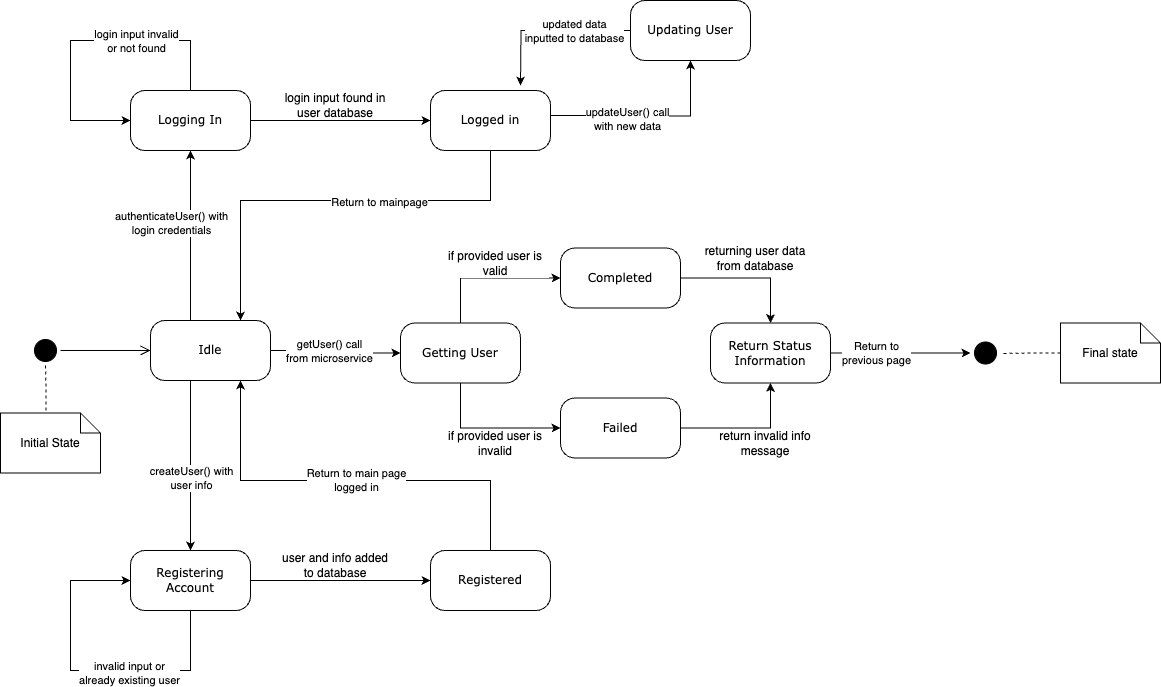
uvic-teach/project-m1-team6 keeps this draw.io diagram as diagrams/User_Managment_SD.drawio.png. Above is the earlier version. Source tidied: cells renumbered, new cells last; positions are measured from the earlier drawing's top-left corner, leaving out a move shared by most shapes.
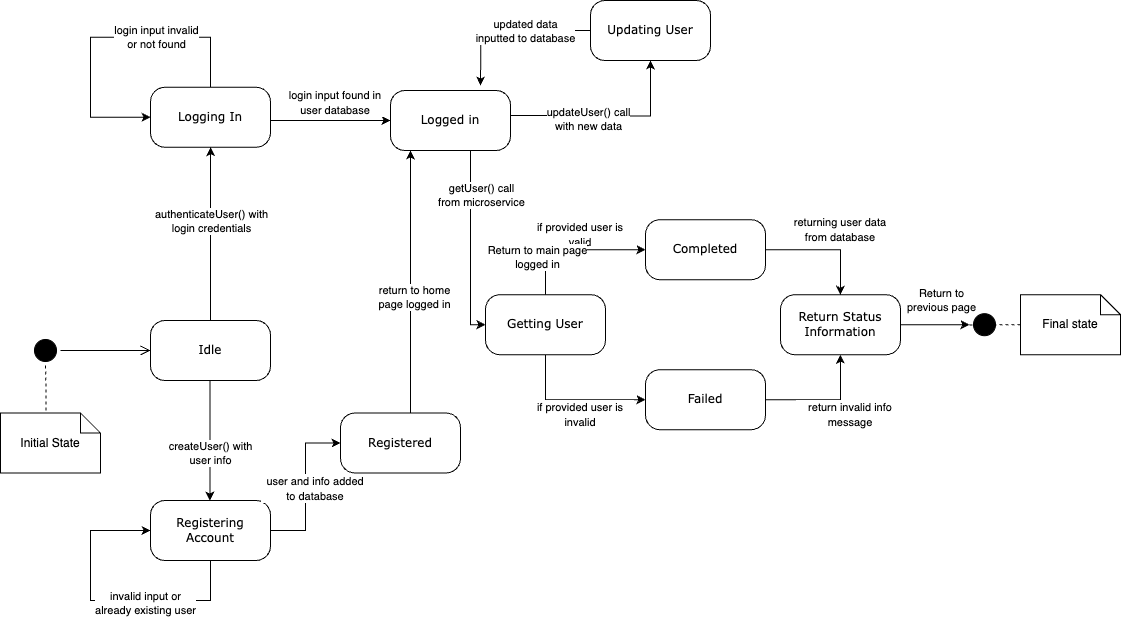
The same diagram one commit later.

What changed in the source:
```diff
@@ -8,21 +8,23 @@
     <mxCell id="3" style="edgeStyle=orthogonalEdgeStyle;rounded=0;jettySize=auto;html=1;entryX=0.5;entryY=1;entryDx=0;entryDy=0;labelBackgroundColor=default;" parent="1" edge="1" source="9" target="15">
       <mxGeometry relative="1" as="geometry">
         <Array as="points">
-          <mxPoint x="190" y="270" />
-          <mxPoint x="190" y="270" />
+          <mxPoint x="210" y="210" />
+          <mxPoint x="210" y="210" />
         </Array>
       </mxGeometry>
     </mxCell>
     <mxCell id="4" value="authenticateUser() with&lt;br style=&quot;border-color: var(--border-color);&quot;&gt;&lt;span style=&quot;border-color: var(--border-color);&quot;&gt;login credentials&lt;/span&gt;" style="edgeLabel;html=1;align=center;verticalAlign=middle;labelBackgroundColor=default;" parent="3" vertex="1">
       <mxGeometry x="0.23" y="1" relative="1" as="geometry">
-        <mxPoint x="-19" y="7" as="offset" />
+        <mxPoint x="1" y="6" as="offset" />
       </mxGeometry>
     </mxCell>
-    <mxCell id="5" style="edgeStyle=orthogonalEdgeStyle;rounded=0;jettySize=auto;html=1;entryX=0.5;entryY=0;entryDx=0;entryDy=0;labelBackgroundColor=default;" parent="1" edge="1" source="9" target="16">
+    <mxCell id="5" style="edgeStyle=orthogonalEdgeStyle;rounded=0;orthogonalLoop=1;jettySize=auto;html=1;entryX=0.5;entryY=0;entryDx=0;entryDy=0;labelBackgroundColor=default;" parent="1" edge="1">
       <mxGeometry relative="1" as="geometry">
+        <mxPoint x="209.4" y="380" as="sourcePoint" />
+        <mxPoint x="209.4" y="500" as="targetPoint" />
         <Array as="points">
-          <mxPoint x="190" y="420" />
-          <mxPoint x="190" y="420" />
+          <mxPoint x="209.4" y="440" />
+          <mxPoint x="209.4" y="440" />
         </Array>
       </mxGeometry>
     </mxCell>
@@ -31,12 +33,17 @@
         <mxPoint x="-1" y="15" as="offset" />
       </mxGeometry>
     </mxCell>
-    <mxCell id="7" style="edgeStyle=orthogonalEdgeStyle;rounded=0;jettySize=auto;html=1;entryX=0;entryY=0.5;entryDx=0;entryDy=0;labelBackgroundColor=default;" parent="1" edge="1" source="9" target="13">
-      <mxGeometry relative="1" as="geometry" />
+    <mxCell id="7" style="edgeStyle=orthogonalEdgeStyle;rounded=0;jettySize=auto;html=1;entryX=0;entryY=0.5;entryDx=0;entryDy=0;labelBackgroundColor=default;exitX=0.25;exitY=1;exitDx=0;exitDy=0;" parent="1" edge="1" source="31" target="13">
+      <mxGeometry relative="1" as="geometry">
+        <Array as="points">
+          <mxPoint x="470" y="150" />
+          <mxPoint x="470" y="324" />
+        </Array>
+      </mxGeometry>
     </mxCell>
     <mxCell id="8" value="getUser() call &lt;br&gt;from microservice" style="edgeLabel;html=1;align=center;verticalAlign=middle;labelBackgroundColor=default;" parent="7" vertex="1">
       <mxGeometry x="-0.11" y="1" relative="1" as="geometry">
-        <mxPoint y="1" as="offset" />
+        <mxPoint x="9" y="-12" as="offset" />
       </mxGeometry>
     </mxCell>
     <mxCell id="9" value="Idle" style="rounded=1;whiteSpace=wrap;html=1;arcSize=24;shadow=0;comic=0;labelBackgroundColor=default;fontFamily=Verdana;fontSize=12;align=center;" parent="1" vertex="1">
@@ -48,19 +55,19 @@
     <mxCell id="11" style="edgeStyle=orthogonalEdgeStyle;rounded=0;jettySize=auto;html=1;entryX=0;entryY=0.5;entryDx=0;entryDy=0;labelBackgroundColor=default;" parent="1" edge="1" source="13" target="20">
       <mxGeometry relative="1" as="geometry">
         <Array as="points">
-          <mxPoint x="460" y="427.5" />
+          <mxPoint x="545" y="399.2" />
         </Array>
       </mxGeometry>
     </mxCell>
     <mxCell id="12" style="edgeStyle=orthogonalEdgeStyle;rounded=0;jettySize=auto;html=1;entryX=0;entryY=0.5;entryDx=0;entryDy=0;labelBackgroundColor=default;" parent="1" edge="1" source="13" target="22">
       <mxGeometry relative="1" as="geometry">
         <Array as="points">
-          <mxPoint x="460" y="277.5" />
+          <mxPoint x="545" y="249.2" />
         </Array>
       </mxGeometry>
     </mxCell>
     <mxCell id="13" value="Getting User" style="rounded=1;whiteSpace=wrap;html=1;arcSize=24;shadow=0;comic=0;labelBackgroundColor=default;fontFamily=Verdana;fontSize=12;align=center;" parent="1" vertex="1">
-      <mxGeometry x="400" y="322.5" width="120" height="60" as="geometry" />
+      <mxGeometry x="485" y="294.2" width="120" height="60" as="geometry" />
     </mxCell>
     <mxCell id="14" style="edgeStyle=orthogonalEdgeStyle;rounded=0;jettySize=auto;html=1;entryX=0;entryY=0.5;entryDx=0;entryDy=0;labelBackgroundColor=default;" parent="1" edge="1" source="15" target="31">
       <mxGeometry relative="1" as="geometry">
@@ -71,74 +78,61 @@
       </mxGeometry>
     </mxCell>
     <mxCell id="15" value="Logging In" style="rounded=1;whiteSpace=wrap;html=1;arcSize=24;shadow=0;comic=0;labelBackgroundColor=default;fontFamily=Verdana;fontSize=12;align=center;" parent="1" vertex="1">
-      <mxGeometry x="130" y="90" width="120" height="60" as="geometry" />
+      <mxGeometry x="150" y="86.8" width="120" height="60" as="geometry" />
     </mxCell>
     <mxCell id="16" value="Registering Account" style="rounded=1;whiteSpace=wrap;html=1;arcSize=24;shadow=0;comic=0;labelBackgroundColor=default;fontFamily=Verdana;fontSize=12;align=center;" parent="1" vertex="1">
-      <mxGeometry x="130" y="550" width="120" height="60" as="geometry" />
+      <mxGeometry x="150" y="500" width="120" height="60" as="geometry" />
     </mxCell>
     <mxCell id="17" style="ellipse;html=1;shape=startState;fillColor=#000000;strokeColor=#000000;rounded=1;shadow=0;comic=0;labelBackgroundColor=default;fontFamily=Verdana;fontSize=12;fontColor=#000000;align=center;direction=south;" parent="1" vertex="1">
-      <mxGeometry x="970" y="337.5" width="30" height="30" as="geometry" />
+      <mxGeometry x="969" y="309.2" width="30" height="30" as="geometry" />
     </mxCell>
-    <mxCell id="18" value="returning user data from database" style="text;html=1;strokeColor=none;fillColor=none;align=center;verticalAlign=middle;whiteSpace=wrap;rounded=0;labelBackgroundColor=default;" parent="1" vertex="1">
-      <mxGeometry x="700" y="242.5" width="110" height="30" as="geometry" />
+    <mxCell id="18" value="&lt;font style=&quot;font-size: 11px;&quot;&gt;returning user data from database&lt;/font&gt;" style="text;html=1;strokeColor=none;fillColor=none;align=center;verticalAlign=middle;whiteSpace=wrap;rounded=0;labelBackgroundColor=default;" parent="1" vertex="1">
+      <mxGeometry x="785" y="214.2" width="110" height="30" as="geometry" />
     </mxCell>
     <mxCell id="19" style="edgeStyle=orthogonalEdgeStyle;rounded=0;jettySize=auto;html=1;entryX=0.5;entryY=1;entryDx=0;entryDy=0;labelBackgroundColor=default;" parent="1" edge="1" source="20" target="25">
       <mxGeometry relative="1" as="geometry" />
     </mxCell>
     <mxCell id="20" value="Failed" style="rounded=1;whiteSpace=wrap;html=1;arcSize=24;shadow=0;comic=0;labelBackgroundColor=default;fontFamily=Verdana;fontSize=12;align=center;" parent="1" vertex="1">
-      <mxGeometry x="560" y="397.5" width="120" height="60" as="geometry" />
+      <mxGeometry x="645" y="369.2" width="120" height="60" as="geometry" />
     </mxCell>
     <mxCell id="21" style="edgeStyle=orthogonalEdgeStyle;rounded=0;jettySize=auto;html=1;entryX=0.5;entryY=0;entryDx=0;entryDy=0;labelBackgroundColor=default;" parent="1" edge="1" source="22" target="25">
       <mxGeometry relative="1" as="geometry" />
     </mxCell>
     <mxCell id="22" value="Completed" style="rounded=1;whiteSpace=wrap;html=1;arcSize=24;shadow=0;comic=0;labelBackgroundColor=default;fontFamily=Verdana;fontSize=12;align=center;" parent="1" vertex="1">
-      <mxGeometry x="560" y="247.5" width="120" height="60" as="geometry" />
+      <mxGeometry x="645" y="219.2" width="120" height="60" as="geometry" />
     </mxCell>
-    <mxCell id="23" style="edgeStyle=orthogonalEdgeStyle;rounded=0;jettySize=auto;html=1;labelBackgroundColor=default;" parent="1" edge="1" source="25">
-      <mxGeometry relative="1" as="geometry">
-        <mxPoint x="970" y="352.5" as="targetPoint" />
-      </mxGeometry>
+    <mxCell id="23" style="edgeStyle=orthogonalEdgeStyle;rounded=0;jettySize=auto;html=1;labelBackgroundColor=default;entryX=0.5;entryY=1;entryDx=0;entryDy=0;" parent="1" edge="1" source="25" target="17">
+      <mxGeometry relative="1" as="geometry" />
     </mxCell>
     <mxCell id="24" value="Return to &lt;br&gt;previous page" style="edgeLabel;html=1;align=center;verticalAlign=middle;labelBackgroundColor=default;" parent="23" vertex="1">
       <mxGeometry x="-0.36" y="1" relative="1" as="geometry">
-        <mxPoint y="1" as="offset" />
+        <mxPoint x="18" y="-24" as="offset" />
       </mxGeometry>
     </mxCell>
     <mxCell id="25" value="Return Status Information" style="rounded=1;whiteSpace=wrap;html=1;arcSize=24;shadow=0;comic=0;labelBackgroundColor=default;fontFamily=Verdana;fontSize=12;align=center;" parent="1" vertex="1">
-      <mxGeometry x="710" y="322.5" width="120" height="60" as="geometry" />
+      <mxGeometry x="780" y="294.2" width="120" height="60" as="geometry" />
     </mxCell>
-    <mxCell id="26" value="if provided user is invalid" style="text;html=1;strokeColor=none;fillColor=none;align=center;verticalAlign=middle;whiteSpace=wrap;rounded=0;labelBackgroundColor=default;" parent="1" vertex="1">
-      <mxGeometry x="440" y="427.5" width="110" height="30" as="geometry" />
+    <mxCell id="26" value="&lt;font style=&quot;font-size: 11px;&quot;&gt;if provided user is invalid&lt;/font&gt;" style="text;html=1;strokeColor=none;fillColor=none;align=center;verticalAlign=middle;whiteSpace=wrap;rounded=0;labelBackgroundColor=default;" parent="1" vertex="1">
+      <mxGeometry x="525" y="399.2" width="110" height="30" as="geometry" />
     </mxCell>
-    <mxCell id="27" value="return invalid info message" style="text;html=1;strokeColor=none;fillColor=none;align=center;verticalAlign=middle;whiteSpace=wrap;rounded=0;labelBackgroundColor=default;" parent="1" vertex="1">
-      <mxGeometry x="710" y="427.5" width="110" height="30" as="geometry" />
+    <mxCell id="27" value="&lt;font style=&quot;font-size: 11px;&quot;&gt;return invalid info message&lt;/font&gt;" style="text;html=1;strokeColor=none;fillColor=none;align=center;verticalAlign=middle;whiteSpace=wrap;rounded=0;labelBackgroundColor=default;" parent="1" vertex="1">
+      <mxGeometry x="795" y="399.2" width="110" height="30" as="geometry" />
     </mxCell>
-    <mxCell id="28" value="if provided user is valid" style="text;html=1;strokeColor=none;fillColor=none;align=center;verticalAlign=middle;whiteSpace=wrap;rounded=0;labelBackgroundColor=default;" parent="1" vertex="1">
-      <mxGeometry x="440" y="247.5" width="110" height="30" as="geometry" />
+    <mxCell id="28" value="&lt;font style=&quot;font-size: 11px;&quot;&gt;if provided user is valid&lt;/font&gt;" style="text;html=1;strokeColor=none;fillColor=none;align=center;verticalAlign=middle;whiteSpace=wrap;rounded=0;labelBackgroundColor=default;" parent="1" vertex="1">
+      <mxGeometry x="525" y="219.2" width="110" height="30" as="geometry" />
     </mxCell>
-    <mxCell id="29" style="edgeStyle=orthogonalEdgeStyle;rounded=0;jettySize=auto;html=1;labelBackgroundColor=default;entryX=0.75;entryY=0;entryDx=0;entryDy=0;" parent="1" edge="1" source="31" target="9">
-      <mxGeometry relative="1" as="geometry">
-        <Array as="points">
-          <mxPoint x="490" y="200" />
-          <mxPoint x="240" y="200" />
-        </Array>
-      </mxGeometry>
-    </mxCell>
-    <mxCell id="30" value="Return to mainpage" style="edgeLabel;html=1;align=center;verticalAlign=middle;labelBackgroundColor=default;" parent="29" vertex="1">
-      <mxGeometry x="-0.23" y="1" relative="1" as="geometry" />
-    </mxCell>
     <mxCell id="31" value="Logged in" style="rounded=1;whiteSpace=wrap;html=1;arcSize=24;shadow=0;comic=0;labelBackgroundColor=default;fontFamily=Verdana;fontSize=12;align=center;" parent="1" vertex="1">
-      <mxGeometry x="430" y="90" width="120" height="60" as="geometry" />
+      <mxGeometry x="390" y="90" width="120" height="60" as="geometry" />
     </mxCell>
-    <mxCell id="32" value="login input found in user database" style="text;html=1;strokeColor=none;fillColor=none;align=center;verticalAlign=middle;whiteSpace=wrap;rounded=0;labelBackgroundColor=default;" parent="1" vertex="1">
-      <mxGeometry x="280" y="90" width="110" height="30" as="geometry" />
+    <mxCell id="32" value="&lt;font style=&quot;font-size: 11px;&quot;&gt;login input found in user database&lt;/font&gt;" style="text;html=1;strokeColor=none;fillColor=none;align=center;verticalAlign=middle;whiteSpace=wrap;rounded=0;labelBackgroundColor=default;" parent="1" vertex="1">
+      <mxGeometry x="280" y="86.8" width="110" height="30" as="geometry" />
     </mxCell>
     <mxCell id="33" style="edgeStyle=orthogonalEdgeStyle;rounded=0;orthogonalLoop=1;jettySize=auto;html=1;entryX=0;entryY=0.5;entryDx=0;entryDy=0;labelBackgroundColor=default;" parent="1" edge="1" source="15" target="15">
       <mxGeometry relative="1" as="geometry">
         <Array as="points">
-          <mxPoint x="190" y="40" />
-          <mxPoint x="70" y="40" />
-          <mxPoint x="70" y="120" />
+          <mxPoint x="210" y="36.8" />
+          <mxPoint x="90" y="36.8" />
+          <mxPoint x="90" y="116.8" />
         </Array>
       </mxGeometry>
     </mxCell>
@@ -148,29 +142,35 @@
     <mxCell id="35" style="edgeStyle=orthogonalEdgeStyle;rounded=0;jettySize=auto;html=1;entryX=0;entryY=0.5;entryDx=0;entryDy=0;labelBackgroundColor=default;exitX=1;exitY=0.5;exitDx=0;exitDy=0;" parent="1" edge="1" source="16" target="38">
       <mxGeometry relative="1" as="geometry" />
     </mxCell>
-    <mxCell id="36" style="edgeStyle=orthogonalEdgeStyle;rounded=0;jettySize=auto;html=1;labelBackgroundColor=default;entryX=0.75;entryY=1;entryDx=0;entryDy=0;" parent="1" edge="1" source="38" target="9">
+    <mxCell id="36" style="edgeStyle=orthogonalEdgeStyle;rounded=0;jettySize=auto;html=1;labelBackgroundColor=default;" parent="1" edge="1" target="31">
       <mxGeometry relative="1" as="geometry">
+        <mxPoint x="410" y="412.5" as="sourcePoint" />
         <Array as="points">
-          <mxPoint x="490" y="480" />
-          <mxPoint x="240" y="480" />
+          <mxPoint x="410" y="280" />
+          <mxPoint x="410" y="280" />
         </Array>
       </mxGeometry>
     </mxCell>
     <mxCell id="37" value="Return to main page&lt;br&gt;logged in" style="edgeLabel;html=1;align=center;verticalAlign=middle;labelBackgroundColor=default;" parent="36" vertex="1">
-      <mxGeometry x="-0.02" y="-1" relative="1" as="geometry" />
+      <mxGeometry x="-0.02" y="-1" relative="1" as="geometry">
+        <mxPoint x="125" y="-28" as="offset" />
+      </mxGeometry>
     </mxCell>
+    <mxCell id="51" value="return to home &lt;br&gt;page logged in" style="edgeLabel;html=1;align=center;verticalAlign=middle;" parent="36" vertex="1">
+      <mxGeometry x="-0.11" y="-3" relative="1" as="geometry" />
+    </mxCell>
     <mxCell id="38" value="Registered" style="rounded=1;whiteSpace=wrap;html=1;arcSize=24;shadow=0;comic=0;labelBackgroundColor=default;fontFamily=Verdana;fontSize=12;align=center;" parent="1" vertex="1">
-      <mxGeometry x="430" y="550" width="120" height="60" as="geometry" />
+      <mxGeometry x="340" y="412.5" width="120" height="60" as="geometry" />
     </mxCell>
-    <mxCell id="39" value="user and info added to database" style="text;html=1;strokeColor=none;fillColor=none;align=center;verticalAlign=middle;whiteSpace=wrap;rounded=0;labelBackgroundColor=default;" parent="1" vertex="1">
-      <mxGeometry x="280" y="550" width="110" height="30" as="geometry" />
+    <mxCell id="39" value="&lt;font style=&quot;font-size: 11px;&quot;&gt;user and info added to database&lt;/font&gt;" style="text;html=1;strokeColor=none;fillColor=none;align=center;verticalAlign=middle;whiteSpace=wrap;rounded=0;labelBackgroundColor=default;" parent="1" vertex="1">
+      <mxGeometry x="260" y="472.5" width="110" height="30" as="geometry" />
     </mxCell>
     <mxCell id="40" style="edgeStyle=orthogonalEdgeStyle;rounded=0;orthogonalLoop=1;jettySize=auto;html=1;entryX=0;entryY=0.5;entryDx=0;entryDy=0;labelBackgroundColor=default;" parent="1" edge="1" source="16" target="16">
       <mxGeometry relative="1" as="geometry">
         <Array as="points">
-          <mxPoint x="190" y="670" />
-          <mxPoint x="70" y="670" />
-          <mxPoint x="70" y="580" />
+          <mxPoint x="210" y="600" />
+          <mxPoint x="90" y="600" />
+          <mxPoint x="90" y="530" />
         </Array>
       </mxGeometry>
     </mxCell>
@@ -179,7 +179,7 @@
     </mxCell>
     <mxCell id="42" style="edgeStyle=orthogonalEdgeStyle;rounded=0;jettySize=auto;html=1;entryX=0.5;entryY=1;entryDx=0;entryDy=0;labelBackgroundColor=default;" parent="1" edge="1" target="46">
       <mxGeometry relative="1" as="geometry">
-        <mxPoint x="550" y="115" as="sourcePoint" />
+        <mxPoint x="510" y="115" as="sourcePoint" />
       </mxGeometry>
     </mxCell>
     <mxCell id="43" value="updateUser() call &lt;br&gt;with new data" style="edgeLabel;html=1;align=center;verticalAlign=middle;labelBackgroundColor=default;" parent="42" vertex="1">
@@ -187,14 +187,16 @@
     </mxCell>
     <mxCell id="44" style="edgeStyle=orthogonalEdgeStyle;rounded=0;jettySize=auto;html=1;entryX=0.75;entryY=0;entryDx=0;entryDy=0;labelBackgroundColor=default;" parent="1" edge="1" source="46">
       <mxGeometry relative="1" as="geometry">
-        <mxPoint x="520" y="85" as="targetPoint" />
+        <mxPoint x="480" y="85" as="targetPoint" />
       </mxGeometry>
     </mxCell>
     <mxCell id="45" value="updated data &lt;br&gt;inputted to database" style="edgeLabel;html=1;align=center;verticalAlign=middle;labelBackgroundColor=default;" parent="44" vertex="1">
-      <mxGeometry x="-0.31" relative="1" as="geometry" />
+      <mxGeometry x="-0.31" relative="1" as="geometry">
+        <mxPoint x="-9" as="offset" />
+      </mxGeometry>
     </mxCell>
     <mxCell id="46" value="Updating User" style="rounded=1;whiteSpace=wrap;html=1;arcSize=24;shadow=0;comic=0;labelBackgroundColor=default;fontFamily=Verdana;fontSize=12;align=center;" parent="1" vertex="1">
-      <mxGeometry x="630" width="120" height="60" as="geometry" />
+      <mxGeometry x="590" width="120" height="60" as="geometry" />
     </mxCell>
     <mxCell id="47" style="edgeStyle=orthogonalEdgeStyle;rounded=0;jettySize=auto;html=1;entryX=0.454;entryY=0.002;entryDx=0;entryDy=0;endArrow=none;endFill=0;dashed=1;exitX=1;exitY=0.5;exitDx=0;exitDy=0;entryPerimeter=0;labelBackgroundColor=default;" parent="1" edge="1" target="48">
       <mxGeometry relative="1" as="geometry">
@@ -206,11 +208,11 @@
     </mxCell>
     <mxCell id="49" style="edgeStyle=orthogonalEdgeStyle;rounded=0;jettySize=auto;html=1;entryX=0.5;entryY=0;entryDx=0;entryDy=0;endArrow=none;endFill=0;dashed=1;labelBackgroundColor=default;" parent="1" edge="1" source="50">
       <mxGeometry relative="1" as="geometry">
-        <mxPoint x="1000" y="353" as="targetPoint" />
+        <mxPoint x="960" y="324.7" as="targetPoint" />
       </mxGeometry>
     </mxCell>
     <mxCell id="50" value="Final state" style="shape=note;size=20;whiteSpace=wrap;html=1;labelBackgroundColor=default;" parent="1" vertex="1">
-      <mxGeometry x="1060" y="322.5" width="100" height="60" as="geometry" />
+      <mxGeometry x="1020" y="294.2" width="100" height="60" as="geometry" />
     </mxCell>
   </root>
 </mxGraphModel>
```
